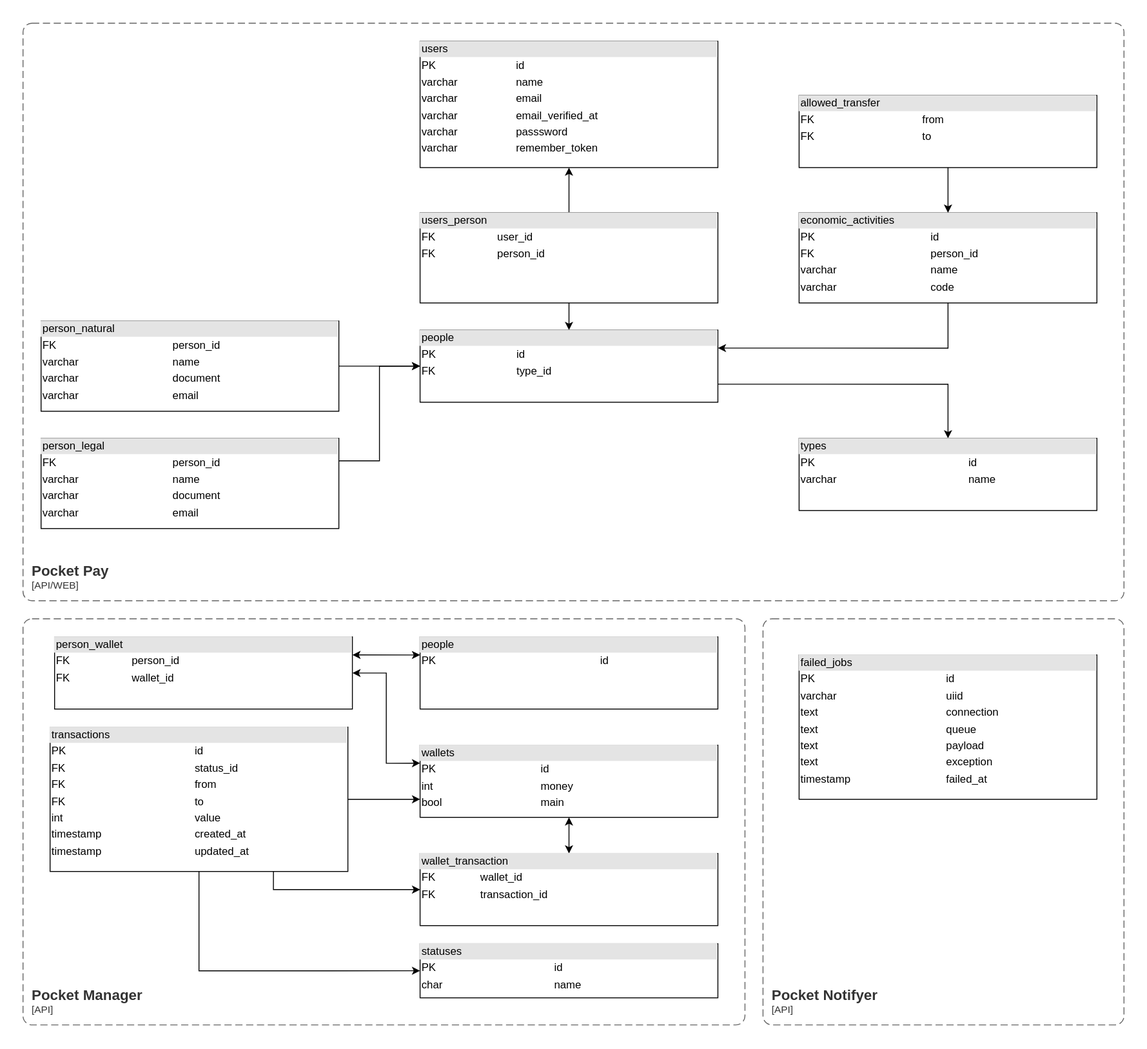
vakaman/pocketpay keeps this draw.io diagram as doc/database.svg. Above is the earlier version. Source tidied: cells renumbered, new cells last; positions are measured from the earlier drawing's top-left corner, leaving out a move shared by most shapes.
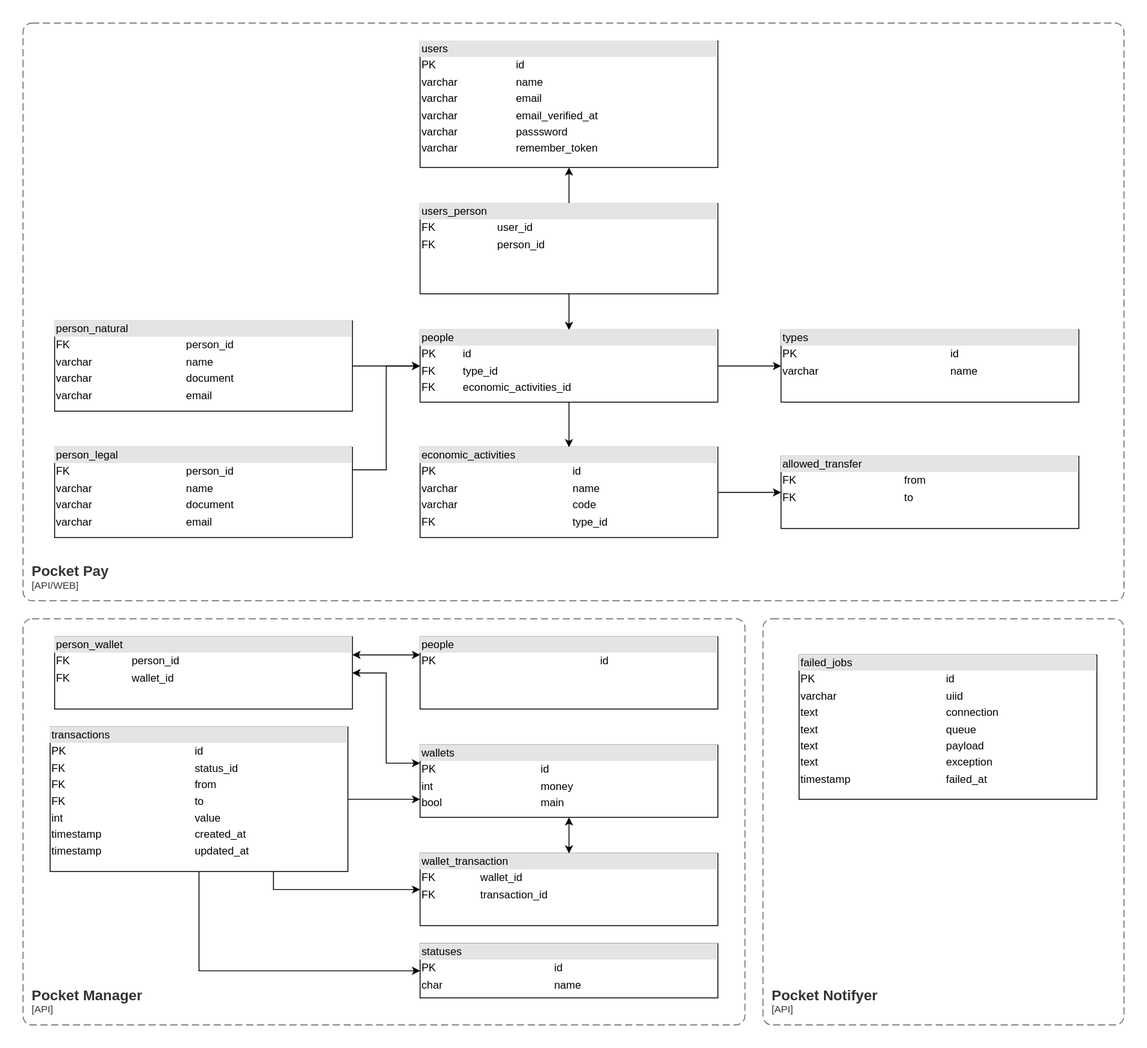
Above is the later version.

Commit message:
refact: update database doc

Change to the diagram source:
```diff
@@ -31,17 +31,20 @@
     <mxCell id="9" value="&lt;div style=&quot;box-sizing:border-box;width:100%;background:#e4e4e4;padding:2px;&quot;&gt;wallets&lt;/div&gt;&lt;table style=&quot;width:100%;font-size:1em;&quot; cellpadding=&quot;2&quot; cellspacing=&quot;0&quot;&gt;&lt;tbody&gt;&lt;tr&gt;&lt;td&gt;PK&lt;/td&gt;&lt;td&gt;id&lt;br&gt;&lt;/td&gt;&lt;/tr&gt;&lt;tr&gt;&lt;td&gt;int&lt;/td&gt;&lt;td&gt;money&lt;/td&gt;&lt;/tr&gt;&lt;tr&gt;&lt;td&gt;bool&lt;/td&gt;&lt;td&gt;main&lt;/td&gt;&lt;/tr&gt;&lt;tr&gt;&lt;td&gt;&lt;br&gt;&lt;/td&gt;&lt;td&gt;&lt;br&gt;&lt;/td&gt;&lt;/tr&gt;&lt;tr&gt;&lt;td&gt;&lt;br&gt;&lt;/td&gt;&lt;td&gt;&lt;br&gt;&lt;/td&gt;&lt;/tr&gt;&lt;tr&gt;&lt;td&gt;&lt;br&gt;&lt;/td&gt;&lt;td&gt;&lt;br&gt;&lt;/td&gt;&lt;/tr&gt;&lt;/tbody&gt;&lt;/table&gt;" style="verticalAlign=top;align=left;overflow=fill;html=1;whiteSpace=wrap;" parent="1" vertex="1">
       <mxGeometry x="440" y="800" width="330" height="80" as="geometry" />
     </mxCell>
-    <mxCell id="10" style="edgeStyle=orthogonalEdgeStyle;rounded=0;jettySize=auto;html=1;exitX=1;exitY=0.75;exitDx=0;exitDy=0;" parent="1" edge="1" source="11" target="32">
+    <mxCell id="10" style="edgeStyle=orthogonalEdgeStyle;rounded=0;jettySize=auto;html=1;exitX=1;exitY=0.5;exitDx=0;exitDy=0;entryX=0;entryY=0.5;entryDx=0;entryDy=0;" parent="1" edge="1" source="11" target="32">
       <mxGeometry relative="1" as="geometry" />
     </mxCell>
+    <mxCell id="33" style="edgeStyle=orthogonalEdgeStyle;rounded=0;jettySize=auto;html=1;" parent="1" edge="1" source="11" target="20">
+      <mxGeometry relative="1" as="geometry" />
+    </mxCell>
-    <mxCell id="11" value="&lt;div style=&quot;box-sizing:border-box;width:100%;background:#e4e4e4;padding:2px;&quot;&gt;people&lt;/div&gt;&lt;table style=&quot;width:100%;font-size:1em;&quot; cellpadding=&quot;2&quot; cellspacing=&quot;0&quot;&gt;&lt;tbody&gt;&lt;tr&gt;&lt;td&gt;PK&lt;/td&gt;&lt;td&gt;id&lt;br&gt;&lt;/td&gt;&lt;/tr&gt;&lt;tr&gt;&lt;td&gt;FK&lt;/td&gt;&lt;td&gt;type_id&lt;/td&gt;&lt;/tr&gt;&lt;tr&gt;&lt;td&gt;&lt;/td&gt;&lt;td&gt;&lt;br&gt;&lt;/td&gt;&lt;/tr&gt;&lt;tr&gt;&lt;td&gt;&lt;br&gt;&lt;/td&gt;&lt;td&gt;&lt;br&gt;&lt;/td&gt;&lt;/tr&gt;&lt;tr&gt;&lt;td&gt;&lt;br&gt;&lt;/td&gt;&lt;td&gt;&lt;br&gt;&lt;/td&gt;&lt;/tr&gt;&lt;/tbody&gt;&lt;/table&gt;" style="verticalAlign=top;align=left;overflow=fill;html=1;whiteSpace=wrap;" parent="1" vertex="1">
+    <mxCell id="11" value="&lt;div style=&quot;box-sizing:border-box;width:100%;background:#e4e4e4;padding:2px;&quot;&gt;people&lt;/div&gt;&lt;table style=&quot;width:100%;font-size:1em;&quot; cellpadding=&quot;2&quot; cellspacing=&quot;0&quot;&gt;&lt;tbody&gt;&lt;tr&gt;&lt;td&gt;PK&lt;/td&gt;&lt;td&gt;id&lt;br&gt;&lt;/td&gt;&lt;/tr&gt;&lt;tr&gt;&lt;td&gt;FK&lt;/td&gt;&lt;td&gt;type_id&lt;/td&gt;&lt;/tr&gt;&lt;tr&gt;&lt;td&gt;FK&lt;/td&gt;&lt;td&gt;economic_activities_id&lt;/td&gt;&lt;/tr&gt;&lt;tr&gt;&lt;td&gt;&lt;br&gt;&lt;/td&gt;&lt;td&gt;&lt;br&gt;&lt;/td&gt;&lt;/tr&gt;&lt;tr&gt;&lt;td&gt;&lt;br&gt;&lt;/td&gt;&lt;td&gt;&lt;br&gt;&lt;/td&gt;&lt;/tr&gt;&lt;/tbody&gt;&lt;/table&gt;" style="verticalAlign=top;align=left;overflow=fill;html=1;whiteSpace=wrap;" parent="1" vertex="1">
       <mxGeometry x="440" y="340" width="330" height="80" as="geometry" />
     </mxCell>
     <mxCell id="12" style="edgeStyle=orthogonalEdgeStyle;rounded=0;jettySize=auto;html=1;" parent="1" edge="1" source="13" target="11">
       <mxGeometry relative="1" as="geometry" />
     </mxCell>
     <mxCell id="13" value="&lt;div style=&quot;box-sizing:border-box;width:100%;background:#e4e4e4;padding:2px;&quot;&gt;person_natural&lt;/div&gt;&lt;table style=&quot;width:100%;font-size:1em;&quot; cellpadding=&quot;2&quot; cellspacing=&quot;0&quot;&gt;&lt;tbody&gt;&lt;tr&gt;&lt;td&gt;FK&lt;/td&gt;&lt;td&gt;person_id&lt;br&gt;&lt;/td&gt;&lt;/tr&gt;&lt;tr&gt;&lt;td&gt;varchar&lt;/td&gt;&lt;td&gt;name&lt;/td&gt;&lt;/tr&gt;&lt;tr&gt;&lt;td&gt;varchar&lt;br&gt;&lt;/td&gt;&lt;td&gt;document&lt;/td&gt;&lt;/tr&gt;&lt;tr&gt;&lt;td&gt;varchar&lt;br&gt;&lt;/td&gt;&lt;td&gt;email&lt;/td&gt;&lt;/tr&gt;&lt;tr&gt;&lt;td&gt;&lt;br&gt;&lt;/td&gt;&lt;td&gt;&lt;br&gt;&lt;/td&gt;&lt;/tr&gt;&lt;tr&gt;&lt;td&gt;&lt;br&gt;&lt;/td&gt;&lt;td&gt;&lt;br&gt;&lt;/td&gt;&lt;/tr&gt;&lt;/tbody&gt;&lt;/table&gt;" style="verticalAlign=top;align=left;overflow=fill;html=1;whiteSpace=wrap;" parent="1" vertex="1">
-      <mxGeometry x="20" y="330" width="330" height="100" as="geometry" />
+      <mxGeometry x="35" y="330" width="330" height="100" as="geometry" />
     </mxCell>
     <mxCell id="14" style="edgeStyle=orthogonalEdgeStyle;rounded=0;jettySize=auto;html=1;entryX=0;entryY=0.5;entryDx=0;entryDy=0;exitX=1;exitY=0.25;exitDx=0;exitDy=0;" parent="1" edge="1" source="18" target="11">
       <mxGeometry relative="1" as="geometry" />
@@ -53,22 +56,19 @@
       <mxGeometry relative="1" as="geometry" />
     </mxCell>
     <mxCell id="17" value="&lt;div style=&quot;box-sizing:border-box;width:100%;background:#e4e4e4;padding:2px;&quot;&gt;users_person&lt;/div&gt;&lt;table style=&quot;width:100%;font-size:1em;&quot; cellpadding=&quot;2&quot; cellspacing=&quot;0&quot;&gt;&lt;tbody&gt;&lt;tr&gt;&lt;td&gt;FK&lt;/td&gt;&lt;td&gt;user_id&lt;/td&gt;&lt;/tr&gt;&lt;tr&gt;&lt;td&gt;FK&lt;/td&gt;&lt;td&gt;person_id&lt;/td&gt;&lt;/tr&gt;&lt;tr&gt;&lt;td&gt;&lt;br&gt;&lt;/td&gt;&lt;td&gt;&lt;br&gt;&lt;/td&gt;&lt;/tr&gt;&lt;tr&gt;&lt;td&gt;&lt;br&gt;&lt;/td&gt;&lt;td&gt;&lt;br&gt;&lt;/td&gt;&lt;/tr&gt;&lt;tr&gt;&lt;td&gt;&lt;br&gt;&lt;/td&gt;&lt;td&gt;&lt;br&gt;&lt;/td&gt;&lt;/tr&gt;&lt;/tbody&gt;&lt;/table&gt;" style="verticalAlign=top;align=left;overflow=fill;html=1;whiteSpace=wrap;" parent="1" vertex="1">
-      <mxGeometry x="440" y="210" width="330" height="100" as="geometry" />
+      <mxGeometry x="440" y="200" width="330" height="100" as="geometry" />
     </mxCell>
     <mxCell id="18" value="&lt;div style=&quot;box-sizing:border-box;width:100%;background:#e4e4e4;padding:2px;&quot;&gt;person_legal&lt;/div&gt;&lt;table style=&quot;width:100%;font-size:1em;&quot; cellpadding=&quot;2&quot; cellspacing=&quot;0&quot;&gt;&lt;tbody&gt;&lt;tr&gt;&lt;td&gt;FK&lt;/td&gt;&lt;td&gt;person_id&lt;br&gt;&lt;/td&gt;&lt;/tr&gt;&lt;tr&gt;&lt;td&gt;varchar&lt;/td&gt;&lt;td&gt;name&lt;/td&gt;&lt;/tr&gt;&lt;tr&gt;&lt;td&gt;varchar&lt;br&gt;&lt;/td&gt;&lt;td&gt;document&lt;/td&gt;&lt;/tr&gt;&lt;tr&gt;&lt;td&gt;varchar&lt;br&gt;&lt;/td&gt;&lt;td&gt;email&lt;/td&gt;&lt;/tr&gt;&lt;tr&gt;&lt;td&gt;&lt;br&gt;&lt;/td&gt;&lt;td&gt;&lt;br&gt;&lt;/td&gt;&lt;/tr&gt;&lt;tr&gt;&lt;td&gt;&lt;br&gt;&lt;/td&gt;&lt;td&gt;&lt;br&gt;&lt;/td&gt;&lt;/tr&gt;&lt;/tbody&gt;&lt;/table&gt;" style="verticalAlign=top;align=left;overflow=fill;html=1;whiteSpace=wrap;" parent="1" vertex="1">
-      <mxGeometry x="20" y="460" width="330" height="100" as="geometry" />
+      <mxGeometry x="35" y="470" width="330" height="100" as="geometry" />
     </mxCell>
-    <mxCell id="19" style="edgeStyle=orthogonalEdgeStyle;rounded=0;jettySize=auto;html=1;exitX=0.5;exitY=1;exitDx=0;exitDy=0;entryX=1;entryY=0.25;entryDx=0;entryDy=0;" parent="1" edge="1" source="20" target="11">
-      <mxGeometry relative="1" as="geometry" />
-    </mxCell>
+    <mxCell id="34" style="edgeStyle=orthogonalEdgeStyle;rounded=0;jettySize=auto;html=1;" parent="1" edge="1" source="20" target="22">
+      <mxGeometry relative="1" as="geometry" />
+    </mxCell>
-    <mxCell id="20" value="&lt;div style=&quot;box-sizing:border-box;width:100%;background:#e4e4e4;padding:2px;&quot;&gt;economic_activities&lt;/div&gt;&lt;table style=&quot;width:100%;font-size:1em;&quot; cellpadding=&quot;2&quot; cellspacing=&quot;0&quot;&gt;&lt;tbody&gt;&lt;tr&gt;&lt;td&gt;PK&lt;/td&gt;&lt;td&gt;id&lt;/td&gt;&lt;/tr&gt;&lt;tr&gt;&lt;td&gt;FK&lt;/td&gt;&lt;td&gt;person_id&lt;/td&gt;&lt;/tr&gt;&lt;tr&gt;&lt;td&gt;varchar&lt;/td&gt;&lt;td&gt;name&lt;br&gt;&lt;/td&gt;&lt;/tr&gt;&lt;tr&gt;&lt;td&gt;varchar&lt;br&gt;&lt;/td&gt;&lt;td&gt;code&lt;/td&gt;&lt;/tr&gt;&lt;tr&gt;&lt;td&gt;&lt;br&gt;&lt;/td&gt;&lt;td&gt;&lt;br&gt;&lt;/td&gt;&lt;/tr&gt;&lt;tr&gt;&lt;td&gt;&lt;br&gt;&lt;/td&gt;&lt;td&gt;&lt;br&gt;&lt;/td&gt;&lt;/tr&gt;&lt;/tbody&gt;&lt;/table&gt;" style="verticalAlign=top;align=left;overflow=fill;html=1;whiteSpace=wrap;" parent="1" vertex="1">
-      <mxGeometry x="860" y="210" width="330" height="100" as="geometry" />
+    <mxCell id="20" value="&lt;div style=&quot;box-sizing:border-box;width:100%;background:#e4e4e4;padding:2px;&quot;&gt;economic_activities&lt;/div&gt;&lt;table style=&quot;width:100%;font-size:1em;&quot; cellpadding=&quot;2&quot; cellspacing=&quot;0&quot;&gt;&lt;tbody&gt;&lt;tr&gt;&lt;td&gt;PK&lt;/td&gt;&lt;td&gt;id&lt;/td&gt;&lt;/tr&gt;&lt;tr&gt;&lt;td&gt;varchar&lt;/td&gt;&lt;td&gt;name&lt;br&gt;&lt;/td&gt;&lt;/tr&gt;&lt;tr&gt;&lt;td&gt;varchar&lt;br&gt;&lt;/td&gt;&lt;td&gt;code&lt;/td&gt;&lt;/tr&gt;&lt;tr&gt;&lt;td&gt;FK&lt;/td&gt;&lt;td&gt;type_id&lt;br&gt;&lt;/td&gt;&lt;/tr&gt;&lt;tr&gt;&lt;td&gt;&lt;br&gt;&lt;/td&gt;&lt;td&gt;&lt;br&gt;&lt;/td&gt;&lt;/tr&gt;&lt;/tbody&gt;&lt;/table&gt;" style="verticalAlign=top;align=left;overflow=fill;html=1;whiteSpace=wrap;" parent="1" vertex="1">
+      <mxGeometry x="440" y="470" width="330" height="100" as="geometry" />
     </mxCell>
-    <mxCell id="21" style="edgeStyle=orthogonalEdgeStyle;rounded=0;jettySize=auto;html=1;exitX=0.5;exitY=1;exitDx=0;exitDy=0;entryX=0.5;entryY=0;entryDx=0;entryDy=0;" parent="1" edge="1" source="22" target="20">
-      <mxGeometry relative="1" as="geometry" />
-    </mxCell>
     <mxCell id="22" value="&lt;div style=&quot;box-sizing:border-box;width:100%;background:#e4e4e4;padding:2px;&quot;&gt;allowed_transfer&lt;/div&gt;&lt;table style=&quot;width:100%;font-size:1em;&quot; cellpadding=&quot;2&quot; cellspacing=&quot;0&quot;&gt;&lt;tbody&gt;&lt;tr&gt;&lt;td&gt;FK&lt;/td&gt;&lt;td&gt;from&lt;/td&gt;&lt;/tr&gt;&lt;tr&gt;&lt;td&gt;FK&lt;/td&gt;&lt;td&gt;to&lt;/td&gt;&lt;/tr&gt;&lt;/tbody&gt;&lt;/table&gt;" style="verticalAlign=top;align=left;overflow=fill;html=1;whiteSpace=wrap;" parent="1" vertex="1">
-      <mxGeometry x="860" y="80" width="330" height="80" as="geometry" />
+      <mxGeometry x="840" y="480" width="330" height="80" as="geometry" />
     </mxCell>
     <mxCell id="23" style="edgeStyle=orthogonalEdgeStyle;rounded=0;jettySize=auto;html=1;entryX=0;entryY=0.5;entryDx=0;entryDy=0;exitX=0.5;exitY=1;exitDx=0;exitDy=0;" parent="1" edge="1" source="5" target="24">
       <mxGeometry relative="1" as="geometry" />
@@ -104,7 +104,7 @@
       <mxGeometry x="440" y="680" width="330" height="80" as="geometry" />
     </mxCell>
     <mxCell id="32" value="&lt;div style=&quot;box-sizing:border-box;width:100%;background:#e4e4e4;padding:2px;&quot;&gt;types&lt;/div&gt;&lt;table style=&quot;width:100%;font-size:1em;&quot; cellpadding=&quot;2&quot; cellspacing=&quot;0&quot;&gt;&lt;tbody&gt;&lt;tr&gt;&lt;td&gt;PK&lt;/td&gt;&lt;td&gt;id&lt;br&gt;&lt;/td&gt;&lt;/tr&gt;&lt;tr&gt;&lt;td&gt;varchar&lt;/td&gt;&lt;td&gt;name&lt;/td&gt;&lt;/tr&gt;&lt;tr&gt;&lt;td&gt;&lt;br&gt;&lt;/td&gt;&lt;td&gt;&lt;br&gt;&lt;/td&gt;&lt;/tr&gt;&lt;tr&gt;&lt;td&gt;&lt;br&gt;&lt;/td&gt;&lt;td&gt;&lt;br&gt;&lt;/td&gt;&lt;/tr&gt;&lt;tr&gt;&lt;td&gt;&lt;br&gt;&lt;/td&gt;&lt;td&gt;&lt;br&gt;&lt;/td&gt;&lt;/tr&gt;&lt;/tbody&gt;&lt;/table&gt;" style="verticalAlign=top;align=left;overflow=fill;html=1;whiteSpace=wrap;" parent="1" vertex="1">
-      <mxGeometry x="860" y="460" width="330" height="80" as="geometry" />
+      <mxGeometry x="840" y="340" width="330" height="80" as="geometry" />
     </mxCell>
   </root>
 </mxGraphModel>
```
